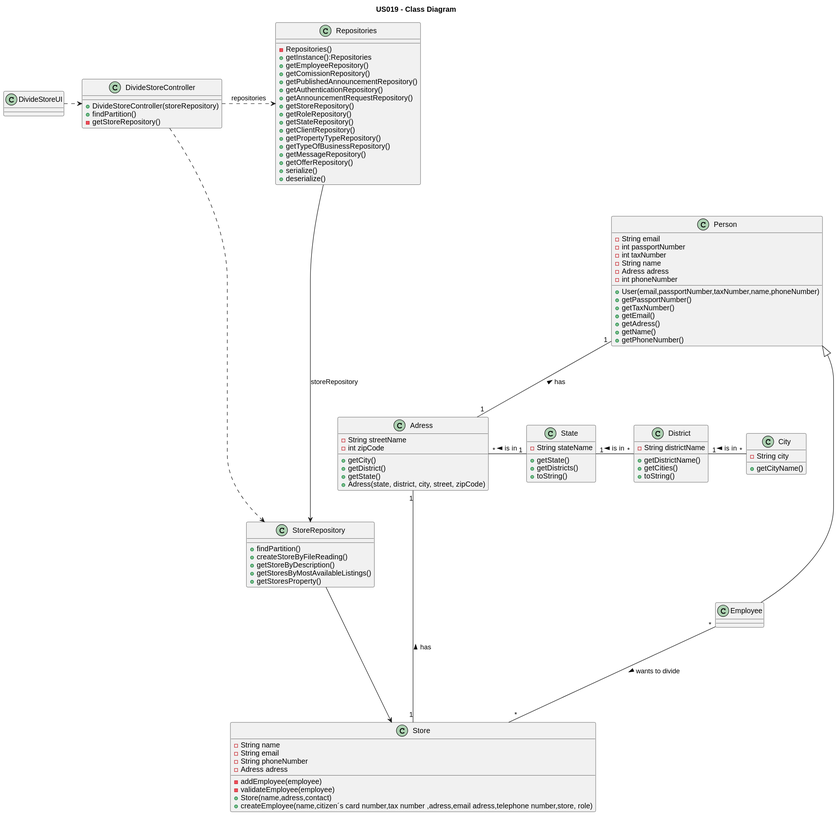
Before: docs/sprintD/US019/03.design/svg/us19-class-diagram.svg, a diagram exported from PlantUML (PureNimble/ISEP-LAPR2).
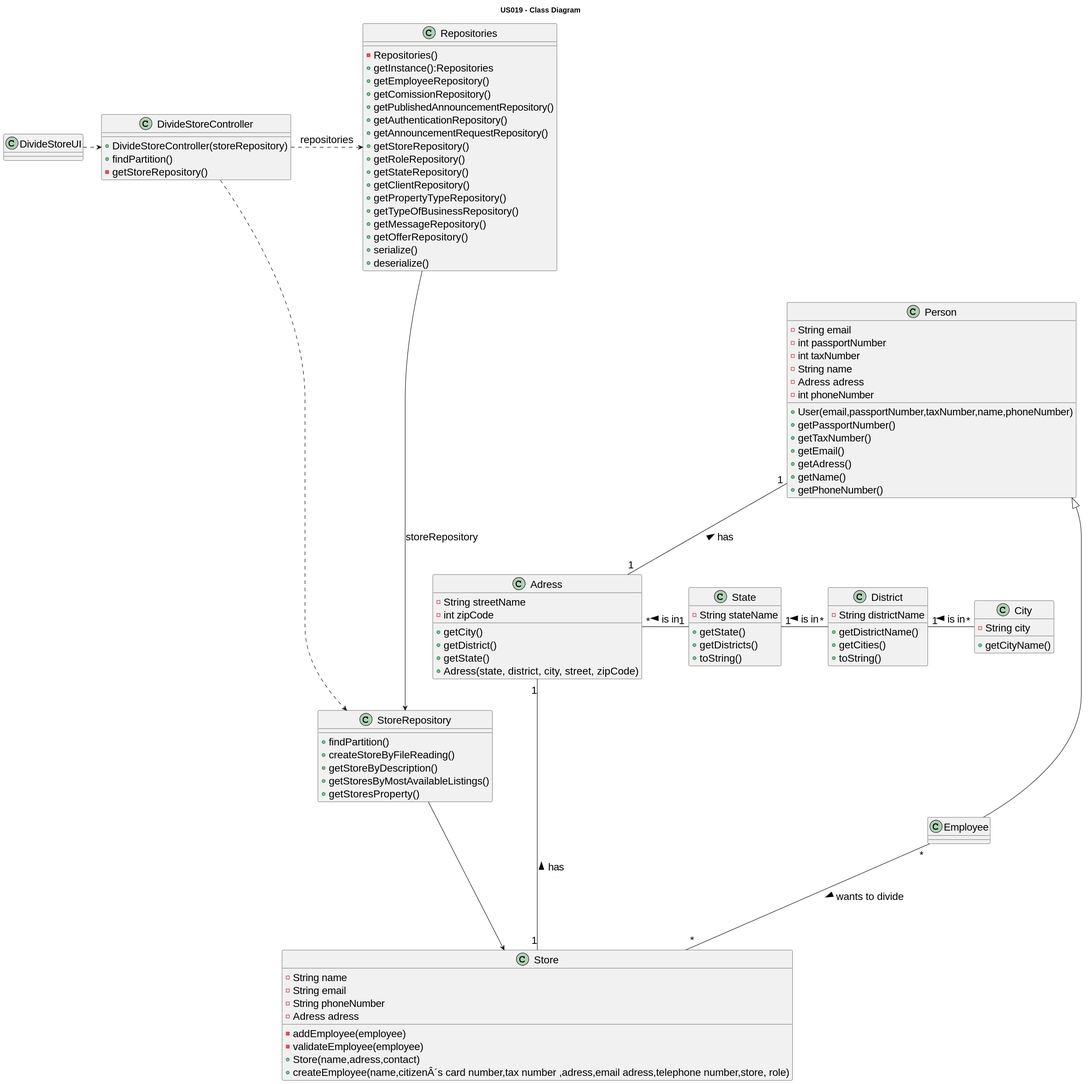
Above is the later version.

Diff of the diagram source:
```diff
@@ -1,4 +1,6 @@
 @startuml
+skinparamlocked defaultFontSize 20
+
 title US019 - Class Diagram
 
 
@@ -29,9 +31,9 @@
 
 
 class DivideStoreController {
-    + DivideStoreController(storeRepository)
-    + findPartition()
-    - getStoreRepository()
+   + DivideStoreController(storeRepository)
+   + findPartition()
+   - getStoreRepository()
 
 }
 
@@ -55,20 +57,20 @@
 
 
 class Adress{
- -String streetName
-    -int zipCode
-    +getCity()
-    +getDistrict()
-    +getState()
-    +Adress(state, district, city, street, zipCode)
+-String streetName
+   -int zipCode
+   +getCity()
+   +getDistrict()
+   +getState()
+   +Adress(state, district, city, street, zipCode)
 }
 
 class State{
- - String stateName
+- String stateName
 
-    +getState()
-    +getDistricts()
-    +toString()
+   +getState()
+   +getDistricts()
+   +toString()
 
 }
 
@@ -76,15 +78,15 @@
 - String districtName
 
 
-    +getDistrictName()
-    +getCities()
-    +toString()
+   +getDistrictName()
+   +getCities()
+   +toString()
 }
 
 class City{
 - String city
 
-    +getCityName()
+   +getCityName()
 }
 
 class Store{
@@ -95,15 +97,15 @@
 -addEmployee(employee)
 -validateEmployee(employee)
 +Store(name,adress,contact)
-+createEmployee(name,citizen´s card number,tax number ,adress,email adress,telephone number,store, role)
++createEmployee(name,citizenÂ´s card number,tax number ,adress,email adress,telephone number,store, role)
 }
 
 class StoreRepository {
-   +findPartition()
-   +createStoreByFileReading()
-   +getStoreByDescription()
-   +getStoresByMostAvailableListings()
-   +getStoresProperty()
+  +findPartition()
+  +createStoreByFileReading()
+  +getStoreByDescription()
+  +getStoresByMostAvailableListings()
+  +getStoresProperty()
 }
 
 StoreRepository ----> Store
```
